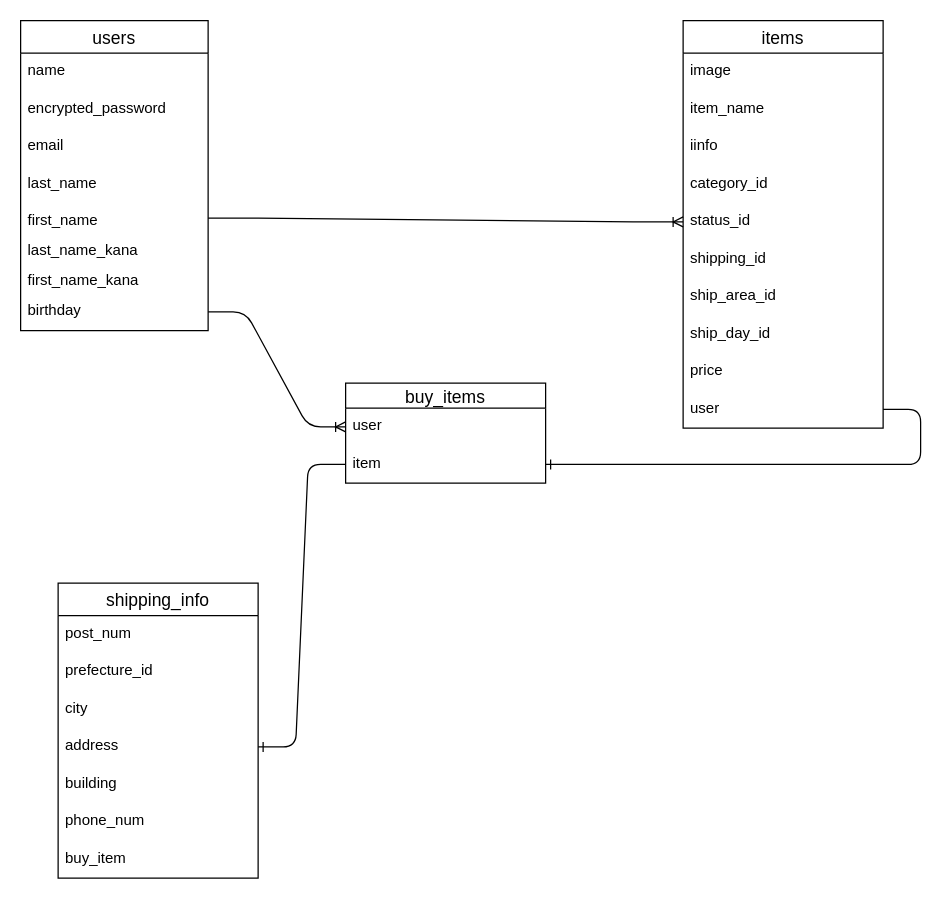
Earlier version of the draw.io diagram ER.dio (Hayaoru/furima-32066). Source tidied: cells renumbered, new cells numbered last; positions are measured from the earlier drawing's top-left corner, leaving out a move shared by most shapes. Both pictures are drawn from the tidied source at 125%, with x=0, y=0 at pixel (20, 20).
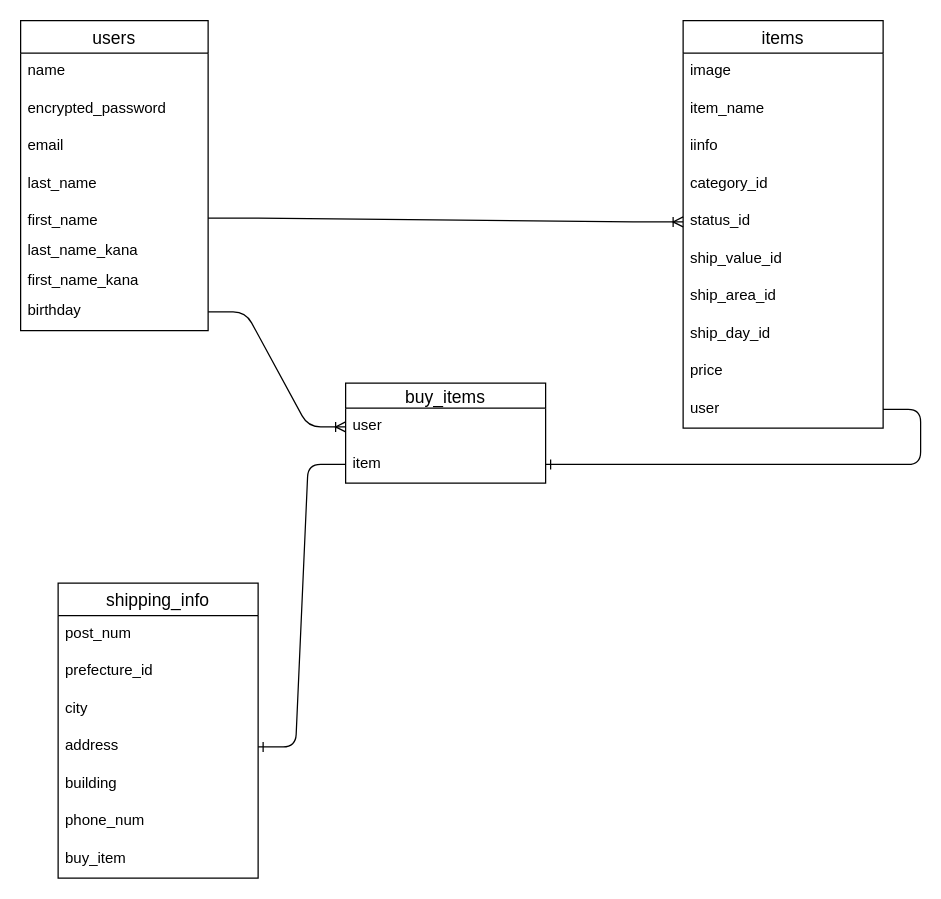
After the change.

Commit message (it also covers changes not shown here):
コードレビュー修正2

Unchanged cells that the change refers to:
```xml
<mxCell id="12" value="items" style="swimlane;fontStyle=0;horizontal=1;startSize=26;align=center;fontSize=14;" parent="1" vertex="1">
  <mxGeometry x="530" width="160" height="326" as="geometry" />
</mxCell>
```

The edit, as a diff of the source:
```diff
@@
-    <mxCell id="18" value="shipping_id" style="text;strokeColor=none;fillColor=none;spacingLeft=4;spacingRight=4;overflow=hidden;fontSize=12;" parent="12" vertex="1">
+    <mxCell id="18" value="ship_value_id" style="text;strokeColor=none;fillColor=none;spacingLeft=4;spacingRight=4;overflow=hidden;fontSize=12;" parent="12" vertex="1">
       <mxGeometry y="176" width="160" height="30" as="geometry" />
     </mxCell>
```
